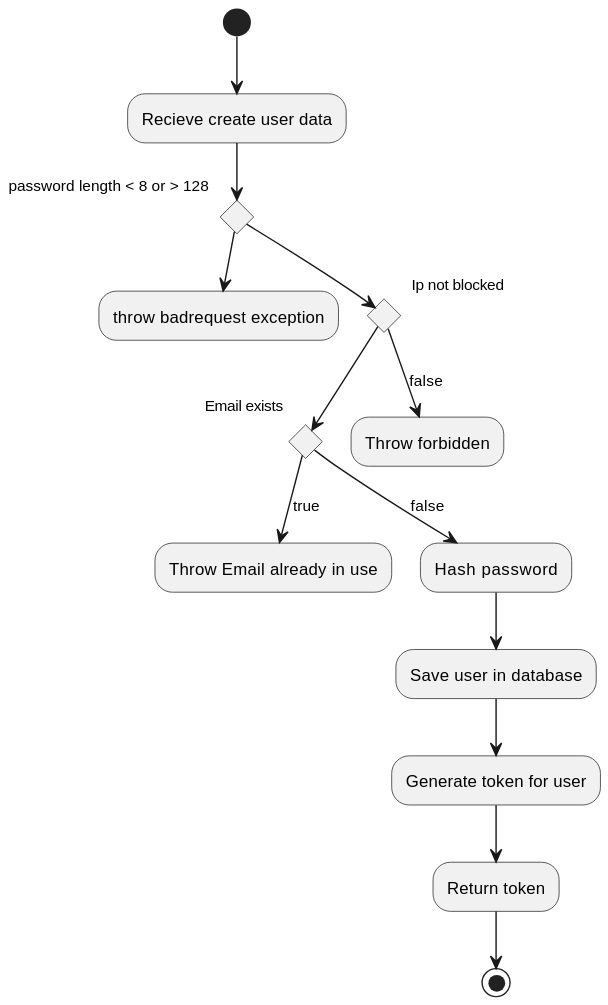
This is Docs/out/FlowCharts/CreateUserFlowChart/Create User Flowchart.svg from blackout1471/trust-us-school, a PlantUML export, as it was before one commit.
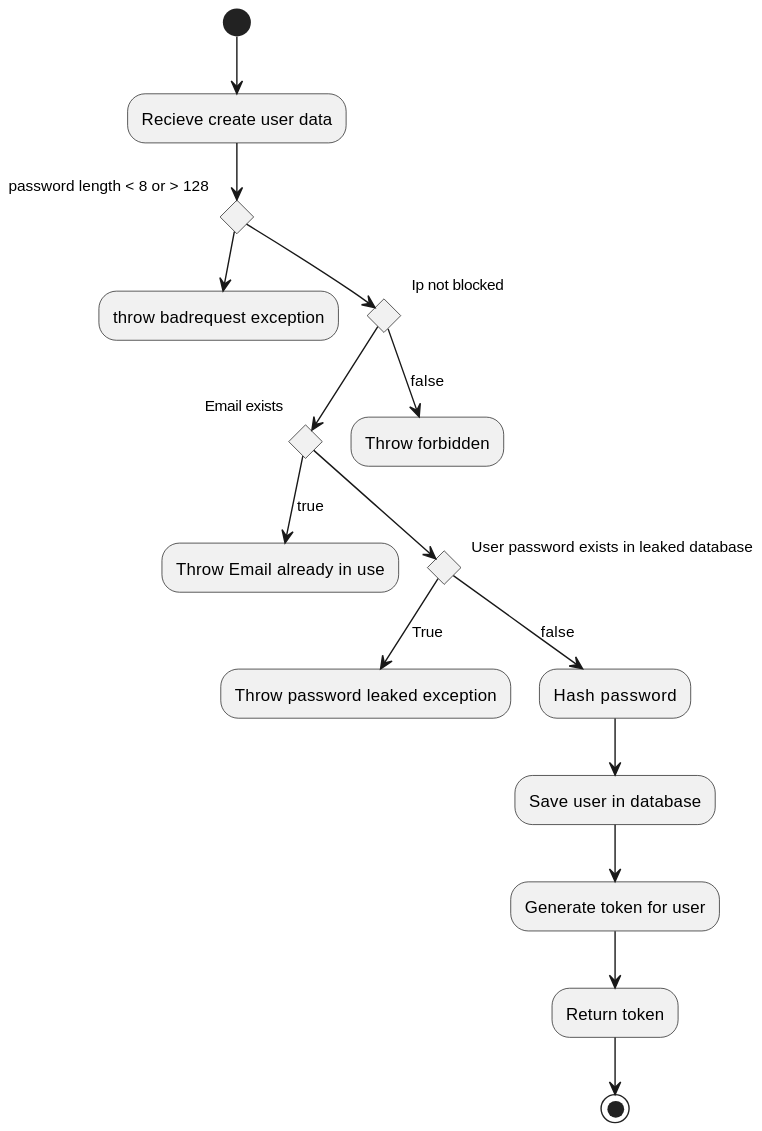
The same file after the commit.

Change to the diagram source:
```diff
@@ -5,16 +5,20 @@
   -->throw badrequest exception
 else
 if "Ip not blocked " then
-  if "Email exists" then
-    -->[true] "Throw Email already in use"
-  else
-    -->[false] "Hash password"
-    --> "Save user in database"
-    --> "Generate token for user"
-    --> "Return token"
-    --> (*)
-  end if
-  else
-  -->[false] "Throw forbidden"
-end if
+	if "Email exists" then
+		-->[true] "Throw Email already in use"
+	else
+		if "User password exists in leaked database" then
+			-->[True]"Throw password leaked exception"
+		else
+			-->[false] "Hash password"
+			--> "Save user in database"
+			--> "Generate token for user"
+			--> "Return token"
+			--> (*)
+		end if
+	end if
+else
+-->[false] "Throw forbidden"
+
 @enduml
```
